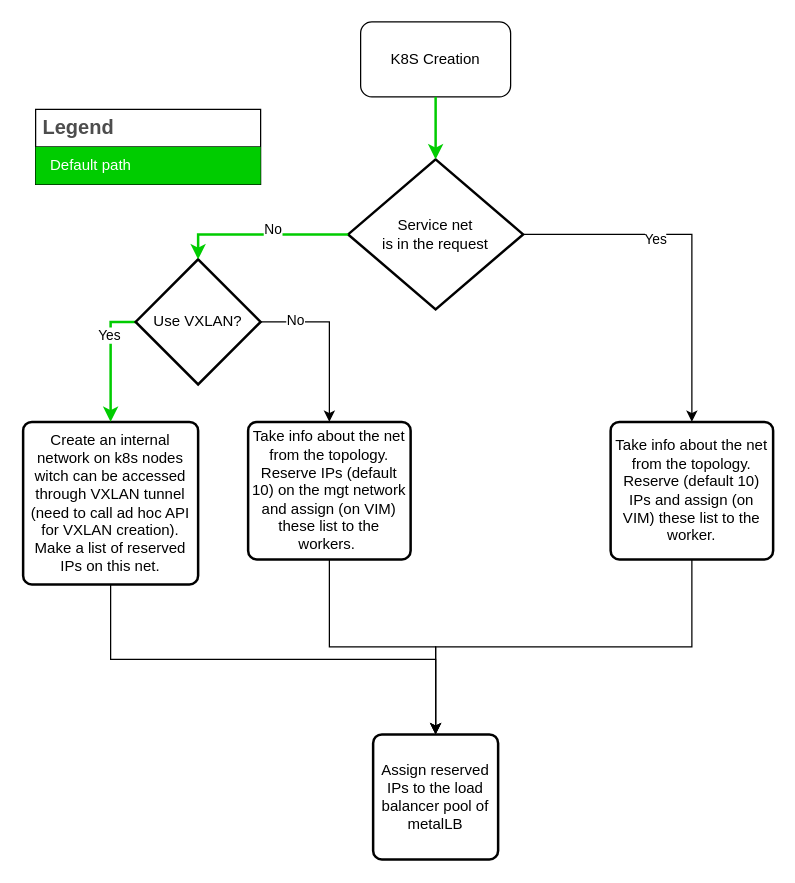
s2n-cnit/nfvcl-ng keeps this draw.io diagram as page "LB_assignment" (1 of 3) of docs/diagrams/k8s_blueprint.drawio. Above is the earlier version. Source tidied: cells renumbered, new cells numbered last; positions are measured from the earlier drawing's top-left corner, leaving out a move shared by most shapes. Both pictures are drawn from the tidied source at 125%, with x=0, y=0 at pixel (22, 21).
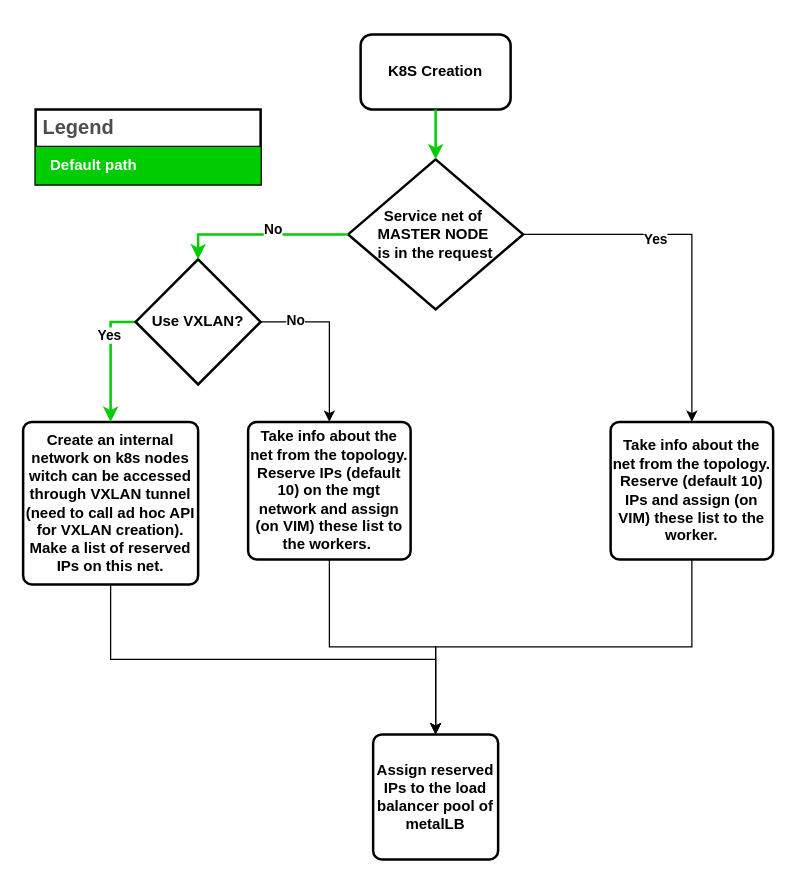
The same diagram, later.

The edit, as a diff of the source:
```diff
@@
-    <mxCell id="2" style="edgeStyle=orthogonalEdgeStyle;rounded=0;jettySize=auto;html=1;exitX=1;exitY=0.5;exitDx=0;exitDy=0;exitPerimeter=0;entryX=0.5;entryY=0;entryDx=0;entryDy=0;" parent="1" edge="1" source="4" target="20">
+    <mxCell id="2" style="edgeStyle=orthogonalEdgeStyle;rounded=0;jettySize=auto;html=1;exitX=1;exitY=0.5;exitDx=0;exitDy=0;exitPerimeter=0;entryX=0.5;entryY=0;entryDx=0;entryDy=0;fontStyle=1;" parent="1" edge="1" source="4" target="20">
       <mxGeometry relative="1" as="geometry" />
     </mxCell>
-    <mxCell id="3" value="Yes" style="edgeLabel;html=1;align=center;verticalAlign=middle;" parent="2" vertex="1">
+    <mxCell id="3" value="Yes" style="edgeLabel;html=1;align=center;verticalAlign=middle;fontStyle=1;" parent="2" vertex="1">
       <mxGeometry x="-0.26" y="-3" relative="1" as="geometry" />
     </mxCell>
-    <mxCell id="4" value="Service net&lt;div&gt;is in the request&lt;/div&gt;" style="strokeWidth=2;html=1;shape=mxgraph.flowchart.decision;whiteSpace=wrap;" parent="1" vertex="1">
+    <mxCell id="4" value="Service net of&amp;nbsp;&lt;div&gt;MASTER NODE&amp;nbsp;&lt;/div&gt;&lt;div&gt;&lt;span style=&quot;background-color: initial;&quot;&gt;is in the request&lt;/span&gt;&lt;/div&gt;" style="strokeWidth=2;html=1;shape=mxgraph.flowchart.decision;whiteSpace=wrap;fontStyle=1;" parent="1" vertex="1">
       <mxGeometry x="260" y="110" width="140" height="120" as="geometry" />
     </mxCell>
-    <mxCell id="5" value="K8S Creation" style="rounded=1;whiteSpace=wrap;html=1;" parent="1" vertex="1">
-      <mxGeometry x="270" width="120" height="60" as="geometry" />
+    <mxCell id="5" value="K8S Creation" style="rounded=1;whiteSpace=wrap;html=1;fontStyle=1;strokeWidth=2;" parent="1" vertex="1">
+      <mxGeometry x="270" y="10" width="120" height="60" as="geometry" />
     </mxCell>
-    <mxCell id="6" style="edgeStyle=orthogonalEdgeStyle;rounded=0;jettySize=auto;html=1;exitX=0.5;exitY=1;exitDx=0;exitDy=0;entryX=0.5;entryY=0;entryDx=0;entryDy=0;entryPerimeter=0;strokeWidth=2;strokeColor=#00CC00;" parent="1" edge="1" source="5" target="4">
+    <mxCell id="6" style="edgeStyle=orthogonalEdgeStyle;rounded=0;jettySize=auto;html=1;exitX=0.5;exitY=1;exitDx=0;exitDy=0;entryX=0.5;entryY=0;entryDx=0;entryDy=0;entryPerimeter=0;strokeWidth=2;strokeColor=#00CC00;fontStyle=1;" parent="1" edge="1" source="5" target="4">
       <mxGeometry relative="1" as="geometry" />
     </mxCell>
-    <mxCell id="7" style="edgeStyle=orthogonalEdgeStyle;rounded=0;jettySize=auto;html=1;exitX=0.5;exitY=1;exitDx=0;exitDy=0;entryX=0.5;entryY=0;entryDx=0;entryDy=0;" parent="1" edge="1" source="8" target="18">
+    <mxCell id="7" style="edgeStyle=orthogonalEdgeStyle;rounded=0;jettySize=auto;html=1;exitX=0.5;exitY=1;exitDx=0;exitDy=0;entryX=0.5;entryY=0;entryDx=0;entryDy=0;fontStyle=1;" parent="1" edge="1" source="8" target="18">
       <mxGeometry relative="1" as="geometry" />
     </mxCell>
-    <mxCell id="8" value="Create an internal network on k8s nodes witch can be accessed through VXLAN tunnel (need to call ad hoc API for VXLAN creation).&lt;div&gt;Make a list of reserved IPs on this net.&lt;/div&gt;" style="rounded=1;whiteSpace=wrap;html=1;absoluteArcSize=1;arcSize=14;strokeWidth=2;" parent="1" vertex="1">
+    <mxCell id="8" value="Create an internal network on k8s nodes witch can be accessed through VXLAN tunnel (need to call ad hoc API for VXLAN creation).&lt;div&gt;Make a list of reserved IPs on this net.&lt;/div&gt;" style="rounded=1;whiteSpace=wrap;html=1;absoluteArcSize=1;arcSize=14;strokeWidth=2;fontStyle=1;" parent="1" vertex="1">
       <mxGeometry y="320" width="140" height="130" as="geometry" />
     </mxCell>
-    <mxCell id="9" style="edgeStyle=orthogonalEdgeStyle;rounded=0;jettySize=auto;html=1;exitX=0;exitY=0.5;exitDx=0;exitDy=0;exitPerimeter=0;entryX=0.5;entryY=0;entryDx=0;entryDy=0;strokeWidth=2;strokeColor=#00CC00;" parent="1" edge="1" source="13" target="8">
+    <mxCell id="9" style="edgeStyle=orthogonalEdgeStyle;rounded=0;jettySize=auto;html=1;exitX=0;exitY=0.5;exitDx=0;exitDy=0;exitPerimeter=0;entryX=0.5;entryY=0;entryDx=0;entryDy=0;strokeWidth=2;strokeColor=#00CC00;fontStyle=1;" parent="1" edge="1" source="13" target="8">
       <mxGeometry relative="1" as="geometry" />
     </mxCell>
-    <mxCell id="10" value="Yes" style="edgeLabel;html=1;align=center;verticalAlign=middle;" parent="9" vertex="1">
+    <mxCell id="10" value="Yes" style="edgeLabel;html=1;align=center;verticalAlign=middle;fontStyle=1;" parent="9" vertex="1">
       <mxGeometry x="-0.41" y="-2" relative="1" as="geometry" />
     </mxCell>
-    <mxCell id="11" style="edgeStyle=orthogonalEdgeStyle;rounded=0;jettySize=auto;html=1;exitX=1;exitY=0.5;exitDx=0;exitDy=0;exitPerimeter=0;" parent="1" edge="1" source="13" target="17">
+    <mxCell id="11" style="edgeStyle=orthogonalEdgeStyle;rounded=0;jettySize=auto;html=1;exitX=1;exitY=0.5;exitDx=0;exitDy=0;exitPerimeter=0;fontStyle=1;" parent="1" edge="1" source="13" target="17">
       <mxGeometry relative="1" as="geometry" />
     </mxCell>
-    <mxCell id="12" value="No" style="edgeLabel;html=1;align=center;verticalAlign=middle;" parent="11" vertex="1">
+    <mxCell id="12" value="No" style="edgeLabel;html=1;align=center;verticalAlign=middle;fontStyle=1;" parent="11" vertex="1">
       <mxGeometry x="-0.6" y="2" relative="1" as="geometry" />
     </mxCell>
-    <mxCell id="13" value="Use VXLAN?" style="strokeWidth=2;html=1;shape=mxgraph.flowchart.decision;whiteSpace=wrap;" parent="1" vertex="1">
+    <mxCell id="13" value="Use VXLAN?" style="strokeWidth=2;html=1;shape=mxgraph.flowchart.decision;whiteSpace=wrap;fontStyle=1;" parent="1" vertex="1">
       <mxGeometry x="90" y="190" width="100" height="100" as="geometry" />
     </mxCell>
-    <mxCell id="14" style="edgeStyle=orthogonalEdgeStyle;rounded=0;jettySize=auto;html=1;exitX=0;exitY=0.5;exitDx=0;exitDy=0;exitPerimeter=0;entryX=0.5;entryY=0;entryDx=0;entryDy=0;entryPerimeter=0;strokeWidth=2;strokeColor=#00CC00;" parent="1" edge="1" source="4" target="13">
+    <mxCell id="14" style="edgeStyle=orthogonalEdgeStyle;rounded=0;jettySize=auto;html=1;exitX=0;exitY=0.5;exitDx=0;exitDy=0;exitPerimeter=0;entryX=0.5;entryY=0;entryDx=0;entryDy=0;entryPerimeter=0;strokeWidth=2;strokeColor=#00CC00;fontStyle=1;" parent="1" edge="1" source="4" target="13">
       <mxGeometry relative="1" as="geometry" />
     </mxCell>
-    <mxCell id="15" value="No" style="edgeLabel;html=1;align=center;verticalAlign=middle;" parent="14" vertex="1">
+    <mxCell id="15" value="No" style="edgeLabel;html=1;align=center;verticalAlign=middle;fontStyle=1;" parent="14" vertex="1">
       <mxGeometry x="-0.13" y="-5" relative="1" as="geometry" />
     </mxCell>
-    <mxCell id="16" style="edgeStyle=orthogonalEdgeStyle;rounded=0;jettySize=auto;html=1;exitX=0.5;exitY=1;exitDx=0;exitDy=0;entryX=0.5;entryY=0;entryDx=0;entryDy=0;" parent="1" edge="1" source="17" target="18">
+    <mxCell id="16" style="edgeStyle=orthogonalEdgeStyle;rounded=0;jettySize=auto;html=1;exitX=0.5;exitY=1;exitDx=0;exitDy=0;entryX=0.5;entryY=0;entryDx=0;entryDy=0;fontStyle=1;" parent="1" edge="1" source="17" target="18">
       <mxGeometry relative="1" as="geometry" />
     </mxCell>
-    <mxCell id="17" value="Take info about the net from the topology.&lt;div&gt;Reserve IPs (default 10) on the mgt network and assign (on VIM) these list to the workers.&amp;nbsp;&lt;/div&gt;" style="rounded=1;whiteSpace=wrap;html=1;absoluteArcSize=1;arcSize=14;strokeWidth=2;" parent="1" vertex="1">
+    <mxCell id="17" value="Take info about the net from the topology.&lt;div&gt;Reserve IPs (default 10) on the mgt network and assign (on VIM) these list to the workers.&amp;nbsp;&lt;/div&gt;" style="rounded=1;whiteSpace=wrap;html=1;absoluteArcSize=1;arcSize=14;strokeWidth=2;fontStyle=1;" parent="1" vertex="1">
       <mxGeometry x="180" y="320" width="130" height="110" as="geometry" />
     </mxCell>
-    <mxCell id="18" value="Assign reserved IPs to the load balancer pool of metalLB" style="rounded=1;whiteSpace=wrap;html=1;absoluteArcSize=1;arcSize=14;strokeWidth=2;" parent="1" vertex="1">
+    <mxCell id="18" value="Assign reserved IPs to the load balancer pool of metalLB" style="rounded=1;whiteSpace=wrap;html=1;absoluteArcSize=1;arcSize=14;strokeWidth=2;fontStyle=1;" parent="1" vertex="1">
       <mxGeometry x="280" y="570" width="100" height="100" as="geometry" />
     </mxCell>
-    <mxCell id="19" style="edgeStyle=orthogonalEdgeStyle;rounded=0;jettySize=auto;html=1;exitX=0.5;exitY=1;exitDx=0;exitDy=0;entryX=0.5;entryY=0;entryDx=0;entryDy=0;" parent="1" edge="1" source="20" target="18">
+    <mxCell id="19" style="edgeStyle=orthogonalEdgeStyle;rounded=0;jettySize=auto;html=1;exitX=0.5;exitY=1;exitDx=0;exitDy=0;entryX=0.5;entryY=0;entryDx=0;entryDy=0;fontStyle=1;" parent="1" edge="1" source="20" target="18">
       <mxGeometry relative="1" as="geometry" />
     </mxCell>
-    <mxCell id="20" value="Take info about the net from the topology. Reserve (default 10) IPs and assign (on VIM) these list to the worker." style="rounded=1;whiteSpace=wrap;html=1;absoluteArcSize=1;arcSize=14;strokeWidth=2;" parent="1" vertex="1">
+    <mxCell id="20" value="Take info about the net from the topology. Reserve (default 10) IPs and assign (on VIM) these list to the worker." style="rounded=1;whiteSpace=wrap;html=1;absoluteArcSize=1;arcSize=14;strokeWidth=2;fontStyle=1;" parent="1" vertex="1">
       <mxGeometry x="470" y="320" width="130" height="110" as="geometry" />
     </mxCell>
-    <mxCell id="21" value="Legend" style="shape=table;startSize=30;childLayout=tableLayout;fontSize=16;align=left;verticalAlign=top;fillColor=none;strokeColor=default;fontColor=#4D4D4D;fontStyle=1;spacingLeft=6;spacing=0;" parent="1" vertex="1">
+    <mxCell id="21" value="Legend" style="shape=table;startSize=30;childLayout=tableLayout;fontSize=16;align=left;verticalAlign=top;fillColor=none;strokeColor=default;fontColor=#4D4D4D;fontStyle=1;spacingLeft=6;spacing=0;strokeWidth=2;" parent="1" vertex="1">
       <mxGeometry x="10" y="70" width="180" height="60" as="geometry" />
     </mxCell>
-    <mxCell id="22" style="shape=tableRow;horizontal=0;startSize=0;swimlaneHead=0;swimlaneBody=0;strokeColor=inherit;top=0;left=0;bottom=0;right=0;fillColor=none;fontSize=12;" parent="21" vertex="1">
+    <mxCell id="22" style="shape=tableRow;horizontal=0;startSize=0;swimlaneHead=0;swimlaneBody=0;strokeColor=inherit;top=0;left=0;bottom=0;right=0;fillColor=none;fontSize=12;fontStyle=1;" parent="21" vertex="1">
       <mxGeometry y="30" width="180" height="30" as="geometry" />
     </mxCell>
-    <mxCell id="23" value="Default path" style="shape=partialRectangle;html=1;whiteSpace=wrap;strokeColor=inherit;overflow=hidden;fillColor=#00CC00;top=0;left=0;bottom=0;right=0;fontSize=12;align=left;fontColor=#FFFFFF;gradientColor=none;spacingLeft=10;spacingRight=4;" parent="22" vertex="1">
+    <mxCell id="23" value="Default path" style="shape=partialRectangle;html=1;whiteSpace=wrap;strokeColor=inherit;overflow=hidden;fillColor=#00CC00;top=0;left=0;bottom=0;right=0;fontSize=12;align=left;fontColor=#FFFFFF;gradientColor=none;spacingLeft=10;spacingRight=4;fontStyle=1;strokeWidth=2;" parent="22" vertex="1">
       <mxGeometry width="180" height="30" as="geometry" />
     </mxCell>
```
